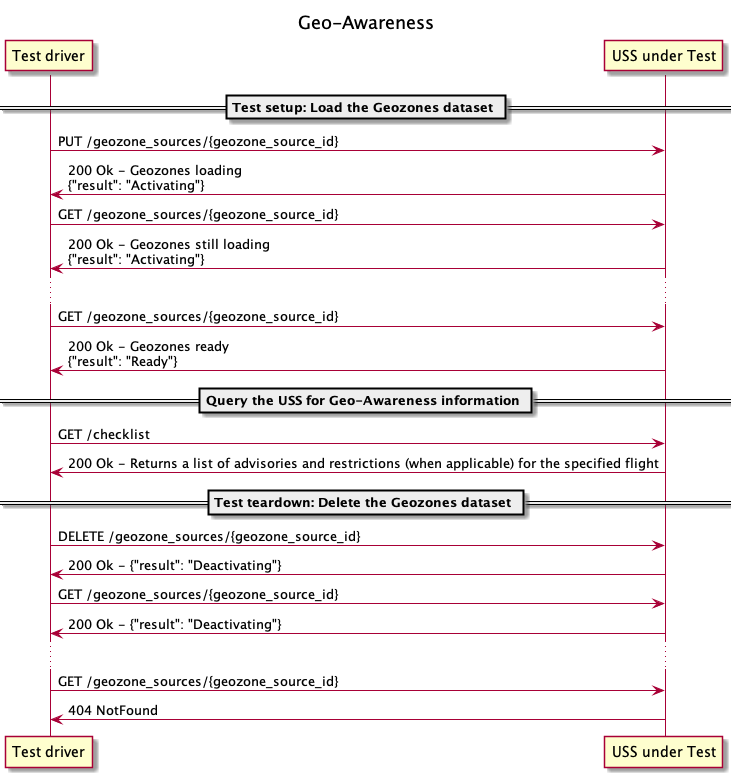
Above: interfaces/automated-testing/geo-awareness/design/sequence.png in interuss/dss (PlantUML), before the change.
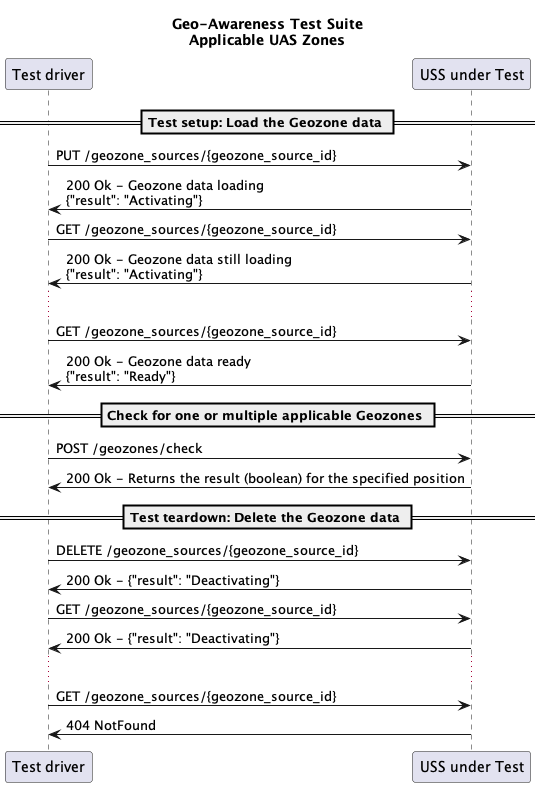
The same diagram one commit later.

Commit message:
[geo-awareness] Test suite definition

Diff of the diagram source:
```diff
@@ -1,27 +1,27 @@
 @startuml
-title Geo-Awareness
+title Geo-Awareness Test Suite\nApplicable UAS Zones
 
 participant TD as "Test driver"
 participant U as "USS under Test"
 
-== Test setup: Load the Geozones dataset ==
+== Test setup: Load the Geozone data ==
 TD -> U: PUT /geozone_sources/{geozone_source_id}
-TD <- U: 200 Ok - Geozones loading\n{"result": "Activating"}
+TD <- U: 200 Ok - Geozone data loading\n{"result": "Activating"}
 
 TD -> U: GET /geozone_sources/{geozone_source_id}
-TD <- U: 200 Ok - Geozones still loading\n{"result": "Activating"}
+TD <- U: 200 Ok - Geozone data still loading\n{"result": "Activating"}
 
 ...
 
 TD -> U: GET /geozone_sources/{geozone_source_id}
-TD <- U: 200 Ok - Geozones ready\n{"result": "Ready"}
+TD <- U: 200 Ok - Geozone data ready\n{"result": "Ready"}
 
-== Query the USS for Geo-Awareness information ==
+== Check for one or multiple applicable Geozones ==
 
-TD -> U: GET /checklist
-TD <- U: 200 Ok - Returns a list of advisories and restrictions (when applicable) for the specified flight
+TD -> U: POST /geozones/check
+TD <- U: 200 Ok - Returns the result (boolean) for the specified position
 
-== Test teardown: Delete the Geozones dataset ==
+== Test teardown: Delete the Geozone data ==
 
 TD -> U: DELETE /geozone_sources/{geozone_source_id}
 TD <- U: 200 Ok - {"result": "Deactivating"}
@@ -33,5 +33,4 @@
 
 TD -> U: GET /geozone_sources/{geozone_source_id}
 TD <- U: 404 NotFound
-
 @enduml
```
